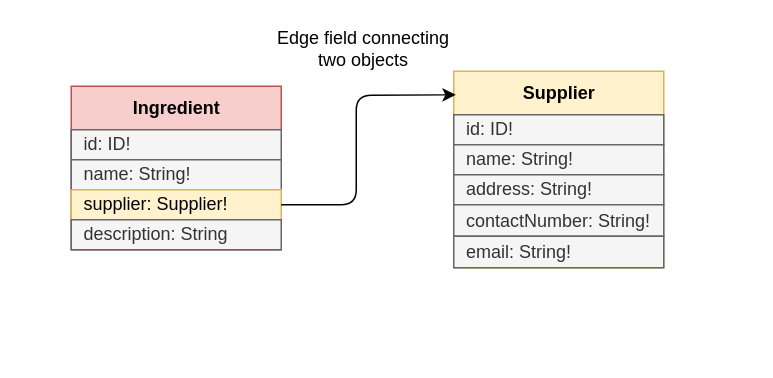
Earlier version of the draw.io diagram page "8.7" (15 of 18) of ch08.drawio (abunuwas/microservices-apis-img). Source tidied: cells renumbered, new cells numbered last; positions are measured from the earlier drawing's top-left corner, leaving out a move shared by most shapes. Both pictures are drawn from the tidied source at 150%, with x=0, y=0 at pixel (70, 26).
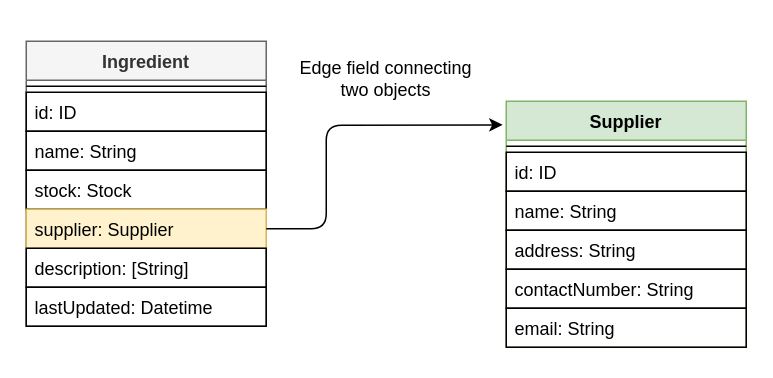
After the change.

Change to the diagram source:
```diff
@@
+    <mxCell id="14" value="Edge field connecting two objects" style="text;html=1;strokeColor=none;fillColor=none;align=center;verticalAlign=middle;whiteSpace=wrap;rounded=0;" parent="1" vertex="1">
+      <mxGeometry x="150" y="20" width="120" height="30" as="geometry" />
+    </mxCell>
-    <mxCell id="2" value="Ingredient" style="swimlane;fontStyle=1;align=center;verticalAlign=middle;horizontal=1;startSize=29;html=1;fillColor=#f8cecc;strokeColor=#b85450;" parent="1" vertex="1">
-      <mxGeometry y="40" width="140" height="109" as="geometry" />
+    <mxCell id="2" value="Ingredient" style="swimlane;fontStyle=1;align=center;verticalAlign=top;horizontal=1;startSize=26;fillColor=#f5f5f5;strokeColor=#666666;fontColor=#333333;" parent="1" vertex="1">
+      <mxGeometry x="-30" y="10" width="160" height="190" as="geometry" />
     </mxCell>
-    <mxCell id="3" value="&amp;nbsp; id: ID!" style="text;html=1;strokeColor=#666666;fillColor=#f5f5f5;align=left;verticalAlign=middle;whiteSpace=wrap;rounded=0;fontColor=#333333;" parent="2" vertex="1">
-      <mxGeometry y="29" width="140" height="20" as="geometry" />
-    </mxCell>
-    <mxCell id="4" value="&amp;nbsp; name: String!" style="text;html=1;strokeColor=#666666;fillColor=#f5f5f5;align=left;verticalAlign=middle;whiteSpace=wrap;rounded=0;fontColor=#333333;" parent="2" vertex="1">
-      <mxGeometry y="49" width="140" height="20" as="geometry" />
-    </mxCell>
-    <mxCell id="5" value="&amp;nbsp; supplier: Supplier!" style="text;html=1;strokeColor=#d6b656;fillColor=#fff2cc;align=left;verticalAlign=middle;whiteSpace=wrap;rounded=0;" parent="2" vertex="1">
-      <mxGeometry y="69" width="140" height="20" as="geometry" />
-    </mxCell>
-    <mxCell id="6" value="&amp;nbsp; description: String" style="text;html=1;strokeColor=#666666;fillColor=#f5f5f5;align=left;verticalAlign=middle;whiteSpace=wrap;rounded=0;fontColor=#333333;" parent="2" vertex="1">
-      <mxGeometry y="89" width="140" height="20" as="geometry" />
-    </mxCell>
+    <mxCell id="15" style="line;strokeWidth=1;fillColor=none;align=left;verticalAlign=middle;spacingTop=-1;spacingLeft=3;spacingRight=3;labelPosition=right;" parent="2" vertex="1">
+      <mxGeometry y="26" width="160" height="8" as="geometry" />
+    </mxCell>
+    <mxCell id="16" value="id: ID" style="text;fillColor=none;align=left;verticalAlign=top;spacingLeft=4;spacingRight=4;overflow=hidden;strokeColor=#000000;" parent="2" vertex="1">
+      <mxGeometry y="34" width="160" height="26" as="geometry" />
+    </mxCell>
+    <mxCell id="17" value="name: String" style="text;align=left;verticalAlign=top;spacingLeft=4;spacingRight=4;overflow=hidden;strokeColor=#000000;" parent="2" vertex="1">
+      <mxGeometry y="60" width="160" height="26" as="geometry" />
+    </mxCell>
+    <mxCell id="18" value="stock: Stock" style="text;fillColor=none;align=left;verticalAlign=top;spacingLeft=4;spacingRight=4;overflow=hidden;strokeColor=#000000;" parent="2" vertex="1">
+      <mxGeometry y="86" width="160" height="26" as="geometry" />
+    </mxCell>
+    <mxCell id="19" value="supplier: Supplier" style="text;fillColor=#fff2cc;align=left;verticalAlign=top;spacingLeft=4;spacingRight=4;overflow=hidden;points=[[0,0.5],[1,0.5]];portConstraint=eastwest;strokeColor=#d6b656;" parent="2" vertex="1">
+      <mxGeometry y="112" width="160" height="26" as="geometry" />
+    </mxCell>
+    <mxCell id="20" value="description: [String]" style="text;fillColor=none;align=left;verticalAlign=top;spacingLeft=4;spacingRight=4;overflow=hidden;strokeColor=#000000;" parent="2" vertex="1">
+      <mxGeometry y="138" width="160" height="26" as="geometry" />
+    </mxCell>
+    <mxCell id="21" value="lastUpdated: Datetime" style="text;fillColor=none;align=left;verticalAlign=top;spacingLeft=4;spacingRight=4;overflow=hidden;strokeColor=#000000;" parent="2" vertex="1">
+      <mxGeometry y="164" width="160" height="26" as="geometry" />
+    </mxCell>
-    <mxCell id="7" value="Supplier" style="swimlane;fontStyle=1;align=center;verticalAlign=middle;horizontal=1;startSize=29;html=1;fillColor=#fff2cc;strokeColor=#d6b656;" parent="1" vertex="1">
-      <mxGeometry x="255" y="30" width="140" height="131" as="geometry" />
+    <mxCell id="7" value="Supplier" style="swimlane;fontStyle=1;align=center;verticalAlign=top;horizontal=1;startSize=26;fillColor=#d5e8d4;strokeColor=#82b366;" parent="1" vertex="1">
+      <mxGeometry x="290" y="50" width="160" height="164" as="geometry" />
     </mxCell>
-    <mxCell id="8" value="&amp;nbsp; id: ID!" style="text;html=1;strokeColor=#666666;fillColor=#f5f5f5;align=left;verticalAlign=middle;whiteSpace=wrap;rounded=0;fontColor=#333333;" parent="7" vertex="1">
-      <mxGeometry y="29" width="140" height="20" as="geometry" />
-    </mxCell>
-    <mxCell id="9" value="&amp;nbsp; name: String!" style="text;html=1;strokeColor=#666666;fillColor=#f5f5f5;align=left;verticalAlign=middle;whiteSpace=wrap;rounded=0;fontColor=#333333;" parent="7" vertex="1">
-      <mxGeometry y="49" width="140" height="20" as="geometry" />
-    </mxCell>
-    <mxCell id="10" value="&amp;nbsp; address: String!" style="text;html=1;strokeColor=#666666;fillColor=#f5f5f5;align=left;verticalAlign=middle;whiteSpace=wrap;rounded=0;fontColor=#333333;" parent="7" vertex="1">
-      <mxGeometry y="69" width="140" height="20" as="geometry" />
-    </mxCell>
-    <mxCell id="11" value="&amp;nbsp; contactNumber: String!" style="text;html=1;strokeColor=#666666;fillColor=#f5f5f5;align=left;verticalAlign=middle;whiteSpace=wrap;rounded=0;fontColor=#333333;" parent="7" vertex="1">
-      <mxGeometry y="89" width="140" height="21" as="geometry" />
-    </mxCell>
-    <mxCell id="12" value="&amp;nbsp; email: String!" style="text;html=1;strokeColor=#666666;fillColor=#f5f5f5;align=left;verticalAlign=middle;whiteSpace=wrap;rounded=0;fontColor=#333333;" parent="7" vertex="1">
-      <mxGeometry y="110" width="140" height="21" as="geometry" />
-    </mxCell>
-    <mxCell id="13" style="endArrow=classic;html=1;exitX=1;exitY=0.5;exitDx=0;exitDy=0;entryX=0.01;entryY=0.12;entryDx=0;entryDy=0;entryPerimeter=0;" parent="1" edge="1" source="5" target="7">
-      <mxGeometry relative="1" as="geometry">
-        <Array as="points">
-          <mxPoint x="190" y="119" />
-          <mxPoint x="190" y="46" />
-        </Array>
-      </mxGeometry>
-    </mxCell>
-    <mxCell id="14" value="Edge field connecting two objects" style="text;html=1;strokeColor=none;fillColor=none;align=center;verticalAlign=middle;whiteSpace=wrap;rounded=0;" parent="1" vertex="1">
-      <mxGeometry x="135" width="120" height="30" as="geometry" />
-    </mxCell>
+    <mxCell id="22" style="line;strokeWidth=1;fillColor=none;align=left;verticalAlign=middle;spacingTop=-1;spacingLeft=3;spacingRight=3;labelPosition=right;" parent="7" vertex="1">
+      <mxGeometry y="26" width="160" height="8" as="geometry" />
+    </mxCell>
+    <mxCell id="23" value="id: ID" style="text;fillColor=none;align=left;verticalAlign=top;spacingLeft=4;spacingRight=4;overflow=hidden;strokeColor=#000000;" parent="7" vertex="1">
+      <mxGeometry y="34" width="160" height="26" as="geometry" />
+    </mxCell>
+    <mxCell id="24" value="name: String" style="text;align=left;verticalAlign=top;spacingLeft=4;spacingRight=4;overflow=hidden;strokeColor=#000000;" parent="7" vertex="1">
+      <mxGeometry y="60" width="160" height="26" as="geometry" />
+    </mxCell>
+    <mxCell id="25" value="address: String" style="text;fillColor=none;align=left;verticalAlign=top;spacingLeft=4;spacingRight=4;overflow=hidden;strokeColor=#000000;" parent="7" vertex="1">
+      <mxGeometry y="86" width="160" height="26" as="geometry" />
+    </mxCell>
+    <mxCell id="26" value="contactNumber: String" style="text;fillColor=none;align=left;verticalAlign=top;spacingLeft=4;spacingRight=4;overflow=hidden;strokeColor=#000000;" parent="7" vertex="1">
+      <mxGeometry y="112" width="160" height="26" as="geometry" />
+    </mxCell>
+    <mxCell id="27" value="email: String" style="text;fillColor=none;align=left;verticalAlign=top;spacingLeft=4;spacingRight=4;overflow=hidden;strokeColor=#000000;" parent="7" vertex="1">
+      <mxGeometry y="138" width="160" height="26" as="geometry" />
+    </mxCell>
+    <mxCell id="28" style="endArrow=classic;html=1;exitX=1;exitY=0.5;exitDx=0;exitDy=0;entryX=-0.015;entryY=0.096;entryDx=0;entryDy=0;entryPerimeter=0;" parent="1" edge="1" source="19" target="7">
+      <mxGeometry relative="1" as="geometry">
+        <Array as="points">
+          <mxPoint x="170" y="135" />
+          <mxPoint x="170" y="66" />
+        </Array>
+      </mxGeometry>
+    </mxCell>
```
